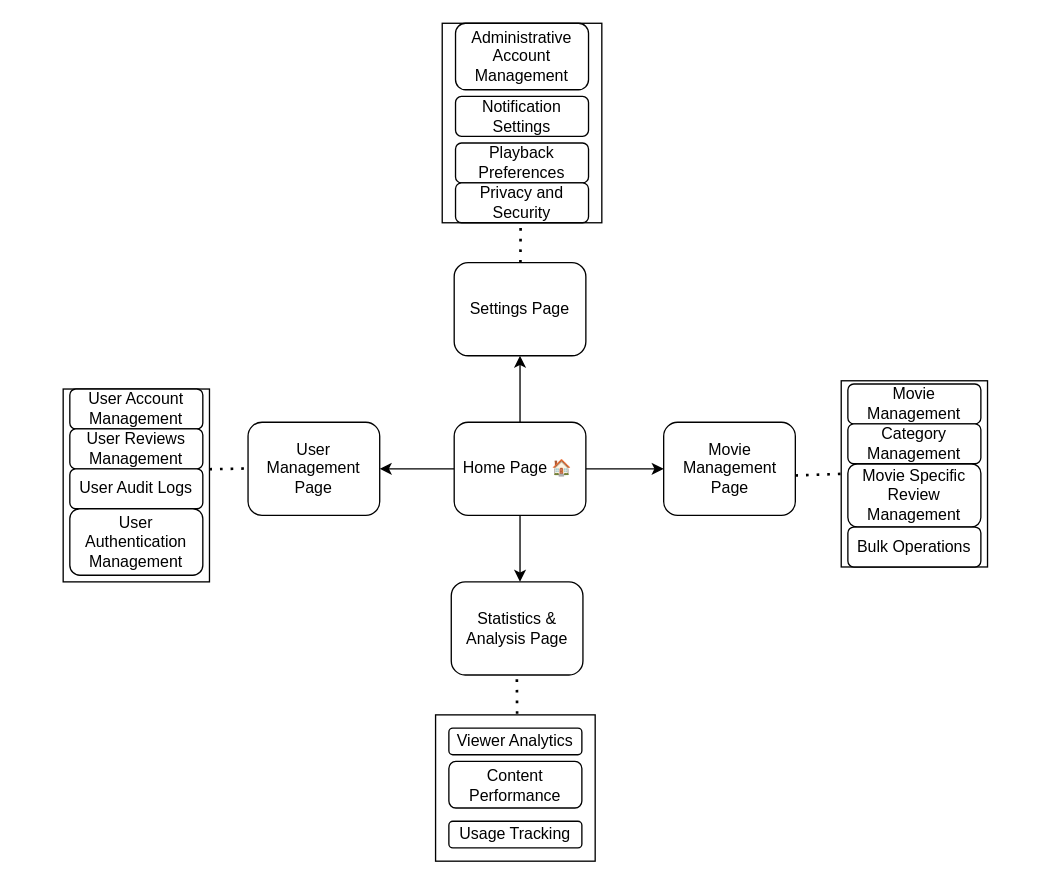
Earlier version of the draw.io diagram WKS Docs/SitemapOOD.drawio (georgitinchev/streamsage-streamingservice). Source tidied: cells renumbered, new cells numbered last; positions are measured from the earlier drawing's top-left corner, leaving out a move shared by most shapes. Both pictures are drawn from the tidied source at 133%, with x=0, y=0 at pixel (63, 23).
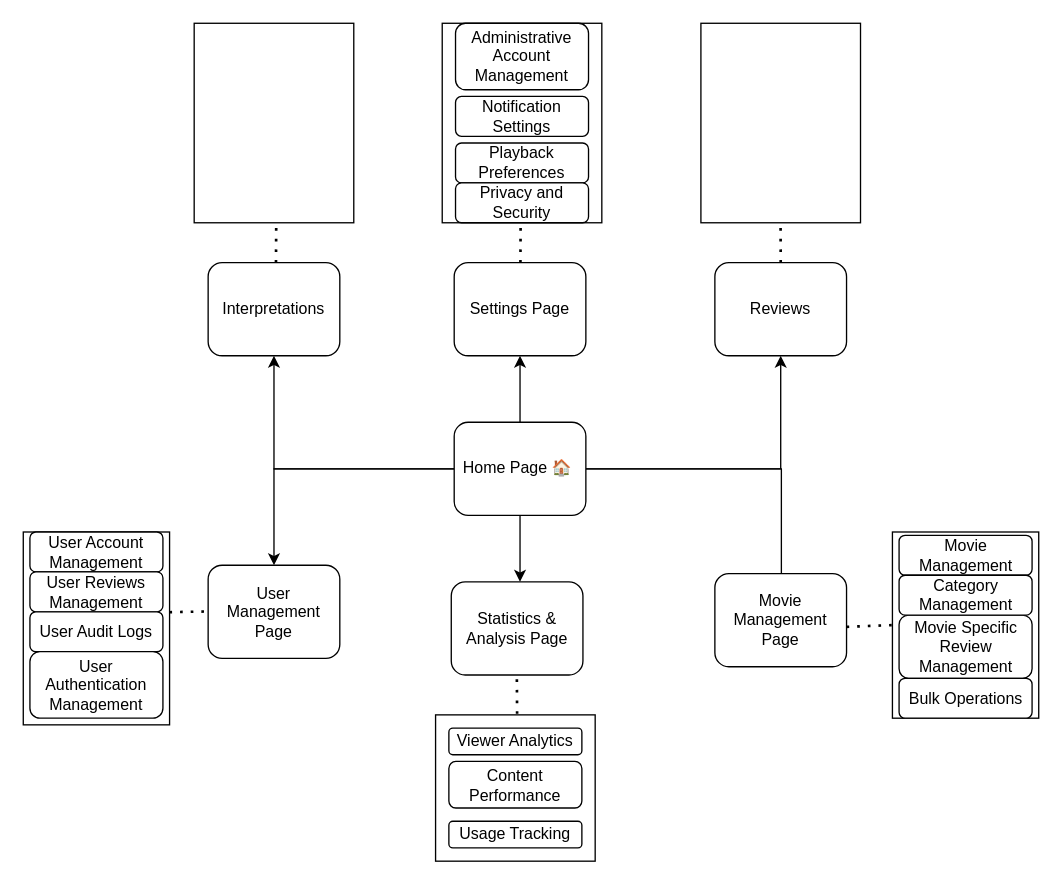
The same page after the edit.

Unchanged cells that the change refers to:
```xml
<mxCell id="6" value="Home Page&amp;nbsp;🏠&amp;nbsp;" style="rounded=1;whiteSpace=wrap;html=1;" parent="1" vertex="1">
  <mxGeometry x="294" y="300" width="99" height="70" as="geometry" />
</mxCell>
```

What changed in the source:
```diff
@@
-    <mxCell id="5" style="edgeStyle=orthogonalEdgeStyle;rounded=0;jettySize=auto;html=1;entryX=0;entryY=0.5;entryDx=0;entryDy=0;" parent="1" edge="1" source="6" target="8">
-      <mxGeometry relative="1" as="geometry" />
+    <mxCell id="5" style="edgeStyle=orthogonalEdgeStyle;rounded=0;jettySize=auto;html=1;entryX=0.5;entryY=0;entryDx=0;entryDy=0;" parent="1" edge="1" source="6" target="8">
+      <mxGeometry relative="1" as="geometry">
+        <Array as="points">
+          <mxPoint x="540" y="335" />
+          <mxPoint x="540" y="420" />
+        </Array>
+      </mxGeometry>
     </mxCell>
+    <mxCell id="34" style="edgeStyle=orthogonalEdgeStyle;rounded=0;jettySize=auto;html=1;entryX=0.5;entryY=1;entryDx=0;entryDy=0;" parent="1" edge="1" source="6" target="36">
+      <mxGeometry relative="1" as="geometry" />
+    </mxCell>
+    <mxCell id="35" style="edgeStyle=orthogonalEdgeStyle;rounded=0;jettySize=auto;html=1;" parent="1" edge="1" source="6" target="37">
+      <mxGeometry relative="1" as="geometry" />
+    </mxCell>
@@
     <mxCell id="7" value="User Management Page" style="rounded=1;whiteSpace=wrap;html=1;" parent="1" vertex="1">
-      <mxGeometry x="139" y="300" width="99" height="70" as="geometry" />
+      <mxGeometry x="109" y="407.5" width="99" height="70" as="geometry" />
     </mxCell>
     <mxCell id="8" value="Movie Management Page" style="rounded=1;whiteSpace=wrap;html=1;" parent="1" vertex="1">
-      <mxGeometry x="451.5" y="300" width="99" height="70" as="geometry" />
+      <mxGeometry x="490" y="413.8" width="99" height="70" as="geometry" />
     </mxCell>
@@
     <mxCell id="13" style="endArrow=none;dashed=1;html=1;dashPattern=1 3;strokeWidth=2;rounded=0;entryX=0;entryY=0.5;entryDx=0;entryDy=0;" parent="1" edge="1" target="20">
       <mxGeometry relative="1" as="geometry">
-        <mxPoint x="550.5" y="340" as="sourcePoint" />
+        <mxPoint x="589" y="453.8" as="sourcePoint" />
       </mxGeometry>
     </mxCell>
     <mxCell id="14" style="endArrow=none;dashed=1;html=1;dashPattern=1 3;strokeWidth=2;rounded=0;exitX=0.999;exitY=0.416;exitDx=0;exitDy=0;exitPerimeter=0;" parent="1" edge="1" source="15">
       <mxGeometry relative="1" as="geometry">
-        <mxPoint x="139" y="334.7" as="targetPoint" />
+        <mxPoint x="109" y="442.2" as="targetPoint" />
       </mxGeometry>
     </mxCell>
     <mxCell id="15" style="rounded=0;whiteSpace=wrap;html=1;" parent="1" vertex="1">
-      <mxGeometry y="275" width="110" height="145" as="geometry" />
+      <mxGeometry x="-30" y="382.5" width="110" height="145" as="geometry" />
     </mxCell>
     <mxCell id="16" value="User Account Management" style="rounded=1;whiteSpace=wrap;html=1;" parent="1" vertex="1">
-      <mxGeometry x="5" y="275" width="100" height="30" as="geometry" />
+      <mxGeometry x="-25" y="382.5" width="100" height="30" as="geometry" />
     </mxCell>
     <mxCell id="17" value="User Reviews Management" style="rounded=1;whiteSpace=wrap;html=1;" parent="1" vertex="1">
-      <mxGeometry x="5" y="305" width="100" height="30" as="geometry" />
+      <mxGeometry x="-25" y="412.5" width="100" height="30" as="geometry" />
     </mxCell>
     <mxCell id="18" value="User Audit Logs" style="rounded=1;whiteSpace=wrap;html=1;" parent="1" vertex="1">
-      <mxGeometry x="5" y="335" width="100" height="30" as="geometry" />
+      <mxGeometry x="-25" y="442.5" width="100" height="30" as="geometry" />
     </mxCell>
     <mxCell id="19" value="User Authentication Management" style="rounded=1;whiteSpace=wrap;html=1;" parent="1" vertex="1">
-      <mxGeometry x="5" y="365" width="100" height="50" as="geometry" />
+      <mxGeometry x="-25" y="472.5" width="100" height="50" as="geometry" />
     </mxCell>
     <mxCell id="20" style="rounded=0;whiteSpace=wrap;html=1;" parent="1" vertex="1">
-      <mxGeometry x="585" y="268.8" width="110" height="140" as="geometry" />
+      <mxGeometry x="623.5" y="382.5" width="110" height="140" as="geometry" />
     </mxCell>
     <mxCell id="21" value="Movie Management" style="rounded=1;whiteSpace=wrap;html=1;" parent="1" vertex="1">
-      <mxGeometry x="590" y="271.2" width="100" height="30" as="geometry" />
+      <mxGeometry x="628.5" y="385" width="100" height="30" as="geometry" />
     </mxCell>
     <mxCell id="22" value="Movie Specific Review Management" style="rounded=1;whiteSpace=wrap;html=1;" parent="1" vertex="1">
-      <mxGeometry x="590" y="331.2" width="100" height="47.5" as="geometry" />
+      <mxGeometry x="628.5" y="445" width="100" height="47.5" as="geometry" />
     </mxCell>
     <mxCell id="23" value="Bulk Operations" style="rounded=1;whiteSpace=wrap;html=1;" parent="1" vertex="1">
-      <mxGeometry x="590" y="378.8" width="100" height="30" as="geometry" />
+      <mxGeometry x="628.5" y="492.5" width="100" height="30" as="geometry" />
     </mxCell>
     <mxCell id="24" value="Category Management" style="rounded=1;whiteSpace=wrap;html=1;" parent="1" vertex="1">
-      <mxGeometry x="590" y="301.2" width="100" height="30" as="geometry" />
+      <mxGeometry x="628.5" y="415" width="100" height="30" as="geometry" />
     </mxCell>
@@
+    <mxCell id="36" value="Interpretations" style="rounded=1;whiteSpace=wrap;html=1;" parent="1" vertex="1">
+      <mxGeometry x="109" y="180" width="99" height="70" as="geometry" />
+    </mxCell>
+    <mxCell id="37" value="Reviews" style="rounded=1;whiteSpace=wrap;html=1;" parent="1" vertex="1">
+      <mxGeometry x="490" y="180" width="99" height="70" as="geometry" />
+    </mxCell>
+    <mxCell id="38" style="endArrow=none;dashed=1;html=1;dashPattern=1 3;strokeWidth=2;rounded=0;" parent="1" edge="1">
+      <mxGeometry relative="1" as="geometry">
+        <mxPoint x="160" y="180" as="sourcePoint" />
+        <mxPoint x="160.2" y="150" as="targetPoint" />
+      </mxGeometry>
+    </mxCell>
+    <mxCell id="39" style="endArrow=none;dashed=1;html=1;dashPattern=1 3;strokeWidth=2;rounded=0;exitX=0.5;exitY=0;exitDx=0;exitDy=0;" parent="1" edge="1" source="37">
+      <mxGeometry relative="1" as="geometry">
+        <mxPoint x="539.4" y="150" as="targetPoint" />
+      </mxGeometry>
+    </mxCell>
+    <mxCell id="40" style="rounded=0;whiteSpace=wrap;html=1;" parent="1" vertex="1">
+      <mxGeometry x="98.5" width="120" height="150" as="geometry" />
+    </mxCell>
+    <mxCell id="41" style="rounded=0;whiteSpace=wrap;html=1;" parent="1" vertex="1">
+      <mxGeometry x="479.5" width="120" height="150" as="geometry" />
+    </mxCell>
```
